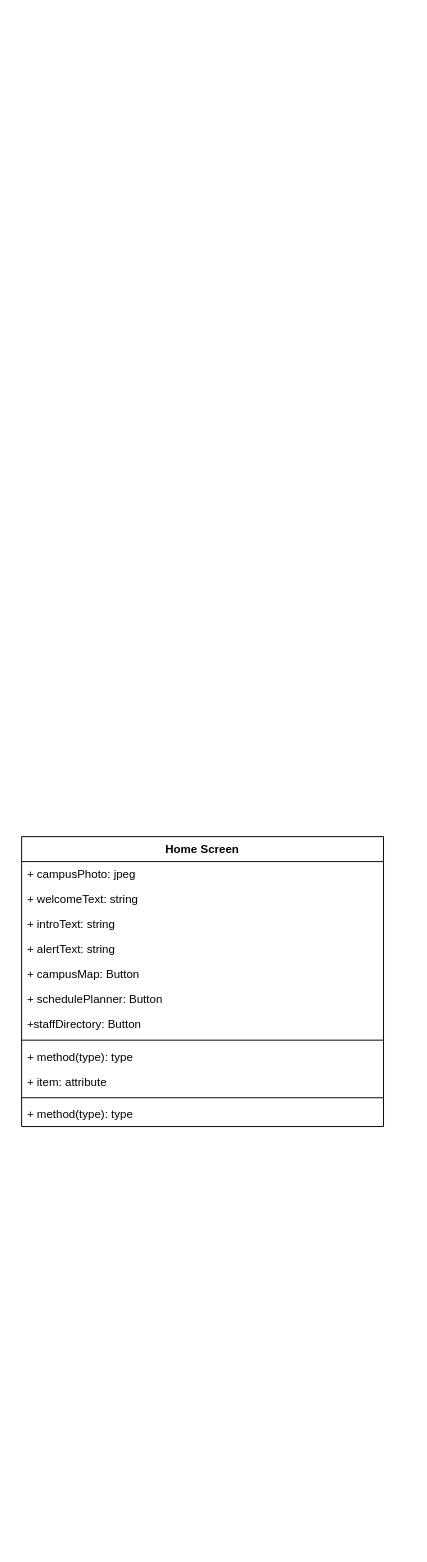
This is page "UML" (2 of 2) of EVC_App_Diagram.drawio from tnguyenswe/EVC-Mobile-App-Android, a draw.io file, before an edit. Source tidied: cells renumbered, new cells numbered last; positions are measured from the earlier drawing's top-left corner, leaving out a move shared by most shapes. Both pictures are drawn from the tidied source at 96%, with x=0, y=0 at pixel (21, 836).
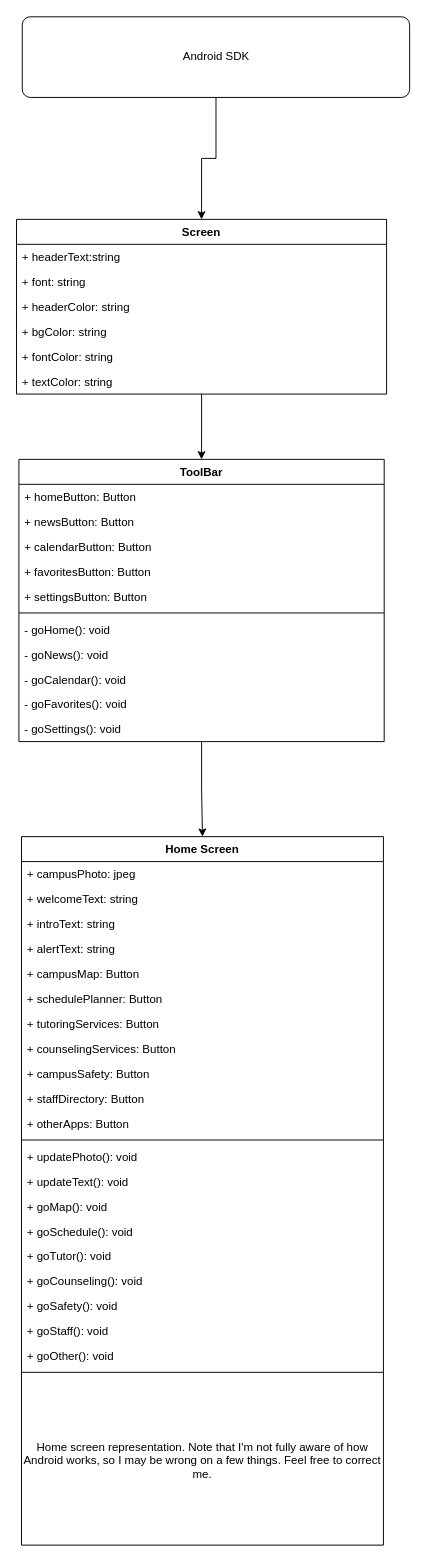
The same diagram, later.

Change to the diagram source:
```diff
@@
+    <mxCell id="15" style="edgeStyle=orthogonalEdgeStyle;rounded=0;jettySize=auto;html=1;entryX=0.5;entryY=0;entryDx=0;entryDy=0;" parent="1" edge="1" source="16" target="31">
+      <mxGeometry relative="1" as="geometry" />
+    </mxCell>
+    <mxCell id="16" value="Android SDK" style="rounded=1;arcSize=10;whiteSpace=wrap;html=1;align=center;" parent="1" vertex="1">
+      <mxGeometry x="0.7" y="-854" width="403.5" height="84" as="geometry" />
+    </mxCell>
+    <mxCell id="17" style="edgeStyle=orthogonalEdgeStyle;rounded=0;jettySize=auto;html=1;entryX=0.5;entryY=0;entryDx=0;entryDy=0;" parent="1" edge="1" source="18" target="2">
+      <mxGeometry relative="1" as="geometry" />
+    </mxCell>
+    <mxCell id="18" value="ToolBar" style="swimlane;fontStyle=1;align=center;verticalAlign=top;horizontal=1;startSize=26;" parent="1" vertex="1">
+      <mxGeometry x="-2.8" y="-393" width="380.5" height="294" as="geometry" />
+    </mxCell>
+    <mxCell id="19" value="+ homeButton: Button" style="text;strokeColor=none;fillColor=none;align=left;verticalAlign=top;spacingLeft=4;spacingRight=4;overflow=hidden;" parent="18" vertex="1">
+      <mxGeometry y="26" width="380.5" height="26" as="geometry" />
+    </mxCell>
+    <mxCell id="20" value="+ newsButton: Button" style="text;strokeColor=none;fillColor=none;align=left;verticalAlign=top;spacingLeft=4;spacingRight=4;overflow=hidden;" parent="18" vertex="1">
+      <mxGeometry y="52" width="380.5" height="26" as="geometry" />
+    </mxCell>
+    <mxCell id="21" value="+ calendarButton: Button" style="text;strokeColor=none;fillColor=none;align=left;verticalAlign=top;spacingLeft=4;spacingRight=4;overflow=hidden;" parent="18" vertex="1">
+      <mxGeometry y="78" width="380.5" height="26" as="geometry" />
+    </mxCell>
+    <mxCell id="22" value="+ favoritesButton: Button" style="text;strokeColor=none;fillColor=none;align=left;verticalAlign=top;spacingLeft=4;spacingRight=4;overflow=hidden;" parent="18" vertex="1">
+      <mxGeometry y="104" width="380.5" height="26" as="geometry" />
+    </mxCell>
+    <mxCell id="23" value="+ settingsButton: Button" style="text;strokeColor=none;fillColor=none;align=left;verticalAlign=top;spacingLeft=4;spacingRight=4;overflow=hidden;" parent="18" vertex="1">
+      <mxGeometry y="130" width="380.5" height="26" as="geometry" />
+    </mxCell>
+    <mxCell id="24" style="line;strokeWidth=1;fillColor=none;align=left;verticalAlign=middle;spacingTop=-1;spacingLeft=3;spacingRight=3;labelPosition=right;" parent="18" vertex="1">
+      <mxGeometry y="156" width="380.5" height="8" as="geometry" />
+    </mxCell>
+    <mxCell id="25" value="- goHome(): void" style="text;strokeColor=none;fillColor=none;align=left;verticalAlign=top;spacingLeft=4;spacingRight=4;overflow=hidden;" parent="18" vertex="1">
+      <mxGeometry y="164" width="380.5" height="26" as="geometry" />
+    </mxCell>
+    <mxCell id="26" value="- goNews(): void" style="text;strokeColor=none;fillColor=none;align=left;verticalAlign=top;spacingLeft=4;spacingRight=4;overflow=hidden;" parent="18" vertex="1">
+      <mxGeometry y="190" width="380.5" height="26" as="geometry" />
+    </mxCell>
+    <mxCell id="27" value="- goCalendar(): void" style="text;strokeColor=none;fillColor=none;align=left;verticalAlign=top;spacingLeft=4;spacingRight=4;overflow=hidden;" parent="18" vertex="1">
+      <mxGeometry y="216" width="380.5" height="26" as="geometry" />
+    </mxCell>
+    <mxCell id="28" value="- goFavorites(): void" style="text;strokeColor=none;fillColor=none;align=left;verticalAlign=top;spacingLeft=4;spacingRight=4;overflow=hidden;" parent="18" vertex="1">
+      <mxGeometry y="242" width="380.5" height="26" as="geometry" />
+    </mxCell>
+    <mxCell id="29" value="- goSettings(): void" style="text;strokeColor=none;fillColor=none;align=left;verticalAlign=top;spacingLeft=4;spacingRight=4;overflow=hidden;" parent="18" vertex="1">
+      <mxGeometry y="268" width="380.5" height="26" as="geometry" />
+    </mxCell>
+    <mxCell id="30" style="edgeStyle=orthogonalEdgeStyle;rounded=0;jettySize=auto;html=1;entryX=0.5;entryY=0;entryDx=0;entryDy=0;" parent="1" edge="1" source="31" target="18">
+      <mxGeometry relative="1" as="geometry" />
+    </mxCell>
+    <mxCell id="31" value="Screen" style="swimlane;fontStyle=1;align=center;verticalAlign=top;horizontal=1;startSize=26;" parent="1" vertex="1">
+      <mxGeometry x="-5.3" y="-643" width="385.5" height="182" as="geometry" />
+    </mxCell>
+    <mxCell id="32" value="+ headerText:string" style="text;strokeColor=none;fillColor=none;align=left;verticalAlign=top;spacingLeft=4;spacingRight=4;overflow=hidden;" parent="31" vertex="1">
+      <mxGeometry y="26" width="385.5" height="26" as="geometry" />
+    </mxCell>
+    <mxCell id="33" value="+ font: string" style="text;strokeColor=none;fillColor=none;align=left;verticalAlign=top;spacingLeft=4;spacingRight=4;overflow=hidden;" parent="31" vertex="1">
+      <mxGeometry y="52" width="385.5" height="26" as="geometry" />
+    </mxCell>
+    <mxCell id="34" value="+ headerColor: string" style="text;strokeColor=none;fillColor=none;align=left;verticalAlign=top;spacingLeft=4;spacingRight=4;overflow=hidden;" parent="31" vertex="1">
+      <mxGeometry y="78" width="385.5" height="26" as="geometry" />
+    </mxCell>
+    <mxCell id="35" value="+ bgColor: string" style="text;strokeColor=none;fillColor=none;align=left;verticalAlign=top;spacingLeft=4;spacingRight=4;overflow=hidden;" parent="31" vertex="1">
+      <mxGeometry y="104" width="385.5" height="26" as="geometry" />
+    </mxCell>
+    <mxCell id="36" value="+ fontColor: string" style="text;strokeColor=none;fillColor=none;align=left;verticalAlign=top;spacingLeft=4;spacingRight=4;overflow=hidden;" parent="31" vertex="1">
+      <mxGeometry y="130" width="385.5" height="26" as="geometry" />
+    </mxCell>
+    <mxCell id="37" value="+ textColor: string" style="text;strokeColor=none;fillColor=none;align=left;verticalAlign=top;spacingLeft=4;spacingRight=4;overflow=hidden;" parent="31" vertex="1">
+      <mxGeometry y="156" width="385.5" height="26" as="geometry" />
+    </mxCell>
     <mxCell id="2" value="Home Screen" style="swimlane;fontStyle=1;align=center;verticalAlign=top;horizontal=1;startSize=26;" parent="1" vertex="1">
-      <mxGeometry width="377" height="302" as="geometry" />
+      <mxGeometry x="-0.1" width="377" height="738" as="geometry" />
     </mxCell>
@@
+    <mxCell id="38" value="+ tutoringServices: Button" style="text;strokeColor=none;fillColor=none;spacingLeft=4;spacingRight=4;overflow=hidden;fontSize=12;rounded=0;shadow=0;glass=0;comic=0;" parent="2" vertex="1">
+      <mxGeometry y="182" width="377" height="26" as="geometry" />
+    </mxCell>
+    <mxCell id="39" value="+ counselingServices: Button" style="text;strokeColor=none;fillColor=none;spacingLeft=4;spacingRight=4;overflow=hidden;fontSize=12;rounded=0;shadow=0;glass=0;comic=0;" parent="2" vertex="1">
+      <mxGeometry y="208" width="377" height="26" as="geometry" />
+    </mxCell>
+    <mxCell id="40" value="+ campusSafety: Button" style="text;strokeColor=none;fillColor=none;spacingLeft=4;spacingRight=4;overflow=hidden;fontSize=12;rounded=0;shadow=0;glass=0;comic=0;" parent="2" vertex="1">
+      <mxGeometry y="234" width="377" height="26" as="geometry" />
+    </mxCell>
-    <mxCell id="9" value="+staffDirectory: Button" style="text;strokeColor=none;fillColor=none;spacingLeft=4;spacingRight=4;overflow=hidden;fontSize=12;rounded=0;shadow=0;glass=0;comic=0;" parent="2" vertex="1">
-      <mxGeometry y="182" width="377" height="26" as="geometry" />
+    <mxCell id="9" value="+ staffDirectory: Button" style="text;strokeColor=none;fillColor=none;spacingLeft=4;spacingRight=4;overflow=hidden;fontSize=12;rounded=0;shadow=0;glass=0;comic=0;" parent="2" vertex="1">
+      <mxGeometry y="260" width="377" height="26" as="geometry" />
     </mxCell>
+    <mxCell id="41" value="+ otherApps: Button" style="text;strokeColor=none;fillColor=none;spacingLeft=4;spacingRight=4;overflow=hidden;fontSize=12;rounded=0;shadow=0;glass=0;comic=0;" parent="2" vertex="1">
+      <mxGeometry y="286" width="377" height="26" as="geometry" />
+    </mxCell>
     <mxCell id="10" style="line;strokeWidth=1;fillColor=none;align=left;verticalAlign=middle;spacingTop=-1;spacingLeft=3;spacingRight=3;labelPosition=right;" parent="2" vertex="1">
-      <mxGeometry y="208" width="377" height="8" as="geometry" />
+      <mxGeometry y="312" width="377" height="8" as="geometry" />
     </mxCell>
-    <mxCell id="11" value="+ method(type): type" style="text;strokeColor=none;fillColor=none;align=left;verticalAlign=top;spacingLeft=4;spacingRight=4;overflow=hidden;" parent="2" vertex="1">
-      <mxGeometry y="216" width="377" height="26" as="geometry" />
+    <mxCell id="11" value="+ updatePhoto(): void" style="text;strokeColor=none;fillColor=none;align=left;verticalAlign=top;spacingLeft=4;spacingRight=4;overflow=hidden;" parent="2" vertex="1">
+      <mxGeometry y="320" width="377" height="26" as="geometry" />
     </mxCell>
-    <mxCell id="12" value="+ item: attribute" style="text;strokeColor=none;fillColor=none;align=left;verticalAlign=top;spacingLeft=4;spacingRight=4;overflow=hidden;" parent="2" vertex="1">
-      <mxGeometry y="242" width="377" height="26" as="geometry" />
+    <mxCell id="12" value="+ updateText(): void" style="text;strokeColor=none;fillColor=none;align=left;verticalAlign=top;spacingLeft=4;spacingRight=4;overflow=hidden;" parent="2" vertex="1">
+      <mxGeometry y="346" width="377" height="26" as="geometry" />
     </mxCell>
+    <mxCell id="42" value="+ goMap(): void" style="text;strokeColor=none;fillColor=none;align=left;verticalAlign=top;spacingLeft=4;spacingRight=4;overflow=hidden;" parent="2" vertex="1">
+      <mxGeometry y="372" width="377" height="26" as="geometry" />
+    </mxCell>
+    <mxCell id="43" value="+ goSchedule(): void" style="text;strokeColor=none;fillColor=none;align=left;verticalAlign=top;spacingLeft=4;spacingRight=4;overflow=hidden;" parent="2" vertex="1">
+      <mxGeometry y="398" width="377" height="26" as="geometry" />
+    </mxCell>
+    <mxCell id="44" value="+ goTutor(): void" style="text;strokeColor=none;fillColor=none;align=left;verticalAlign=top;spacingLeft=4;spacingRight=4;overflow=hidden;" parent="2" vertex="1">
+      <mxGeometry y="424" width="377" height="26" as="geometry" />
+    </mxCell>
+    <mxCell id="45" value="+ goCounseling(): void" style="text;strokeColor=none;fillColor=none;align=left;verticalAlign=top;spacingLeft=4;spacingRight=4;overflow=hidden;" parent="2" vertex="1">
+      <mxGeometry y="450" width="377" height="26" as="geometry" />
+    </mxCell>
+    <mxCell id="46" value="+ goSafety(): void" style="text;strokeColor=none;fillColor=none;align=left;verticalAlign=top;spacingLeft=4;spacingRight=4;overflow=hidden;" parent="2" vertex="1">
+      <mxGeometry y="476" width="377" height="26" as="geometry" />
+    </mxCell>
+    <mxCell id="47" value="+ goStaff(): void" style="text;strokeColor=none;fillColor=none;align=left;verticalAlign=top;spacingLeft=4;spacingRight=4;overflow=hidden;" parent="2" vertex="1">
+      <mxGeometry y="502" width="377" height="26" as="geometry" />
+    </mxCell>
+    <mxCell id="48" value="+ goOther(): void" style="text;strokeColor=none;fillColor=none;align=left;verticalAlign=top;spacingLeft=4;spacingRight=4;overflow=hidden;" parent="2" vertex="1">
+      <mxGeometry y="528" width="377" height="26" as="geometry" />
+    </mxCell>
     <mxCell id="13" style="line;strokeWidth=1;fillColor=none;align=left;verticalAlign=middle;spacingTop=-1;spacingLeft=3;spacingRight=3;labelPosition=right;" parent="2" vertex="1">
-      <mxGeometry y="268" width="377" height="8" as="geometry" />
+      <mxGeometry y="554" width="377" height="8" as="geometry" />
     </mxCell>
-    <mxCell id="14" value="+ method(type): type" style="text;strokeColor=none;fillColor=none;align=left;verticalAlign=top;spacingLeft=4;spacingRight=4;overflow=hidden;" parent="2" vertex="1">
-      <mxGeometry y="276" width="377" height="26" as="geometry" />
-    </mxCell>
+    <mxCell id="49" value="Home screen representation. Note that I'm not fully aware of how Android works, so I may be wrong on a few things. Feel free to correct me." style="text;html=1;strokeColor=none;fillColor=none;align=center;verticalAlign=middle;whiteSpace=wrap;rounded=0;" parent="2" vertex="1">
+      <mxGeometry y="562" width="377" height="176" as="geometry" />
+    </mxCell>
```
